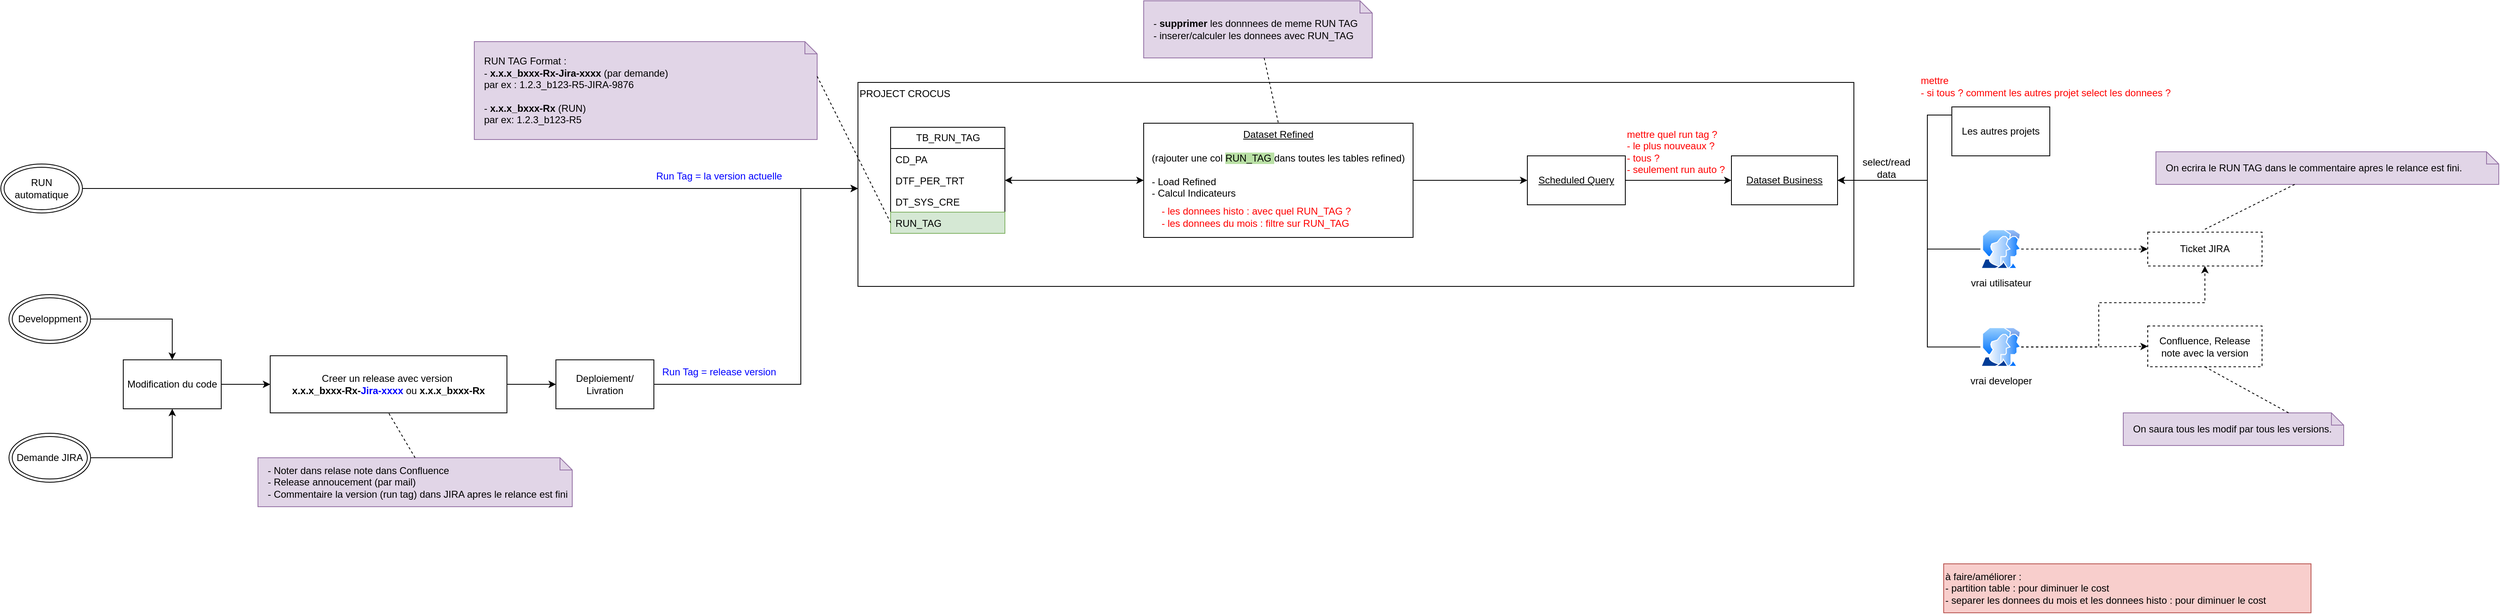
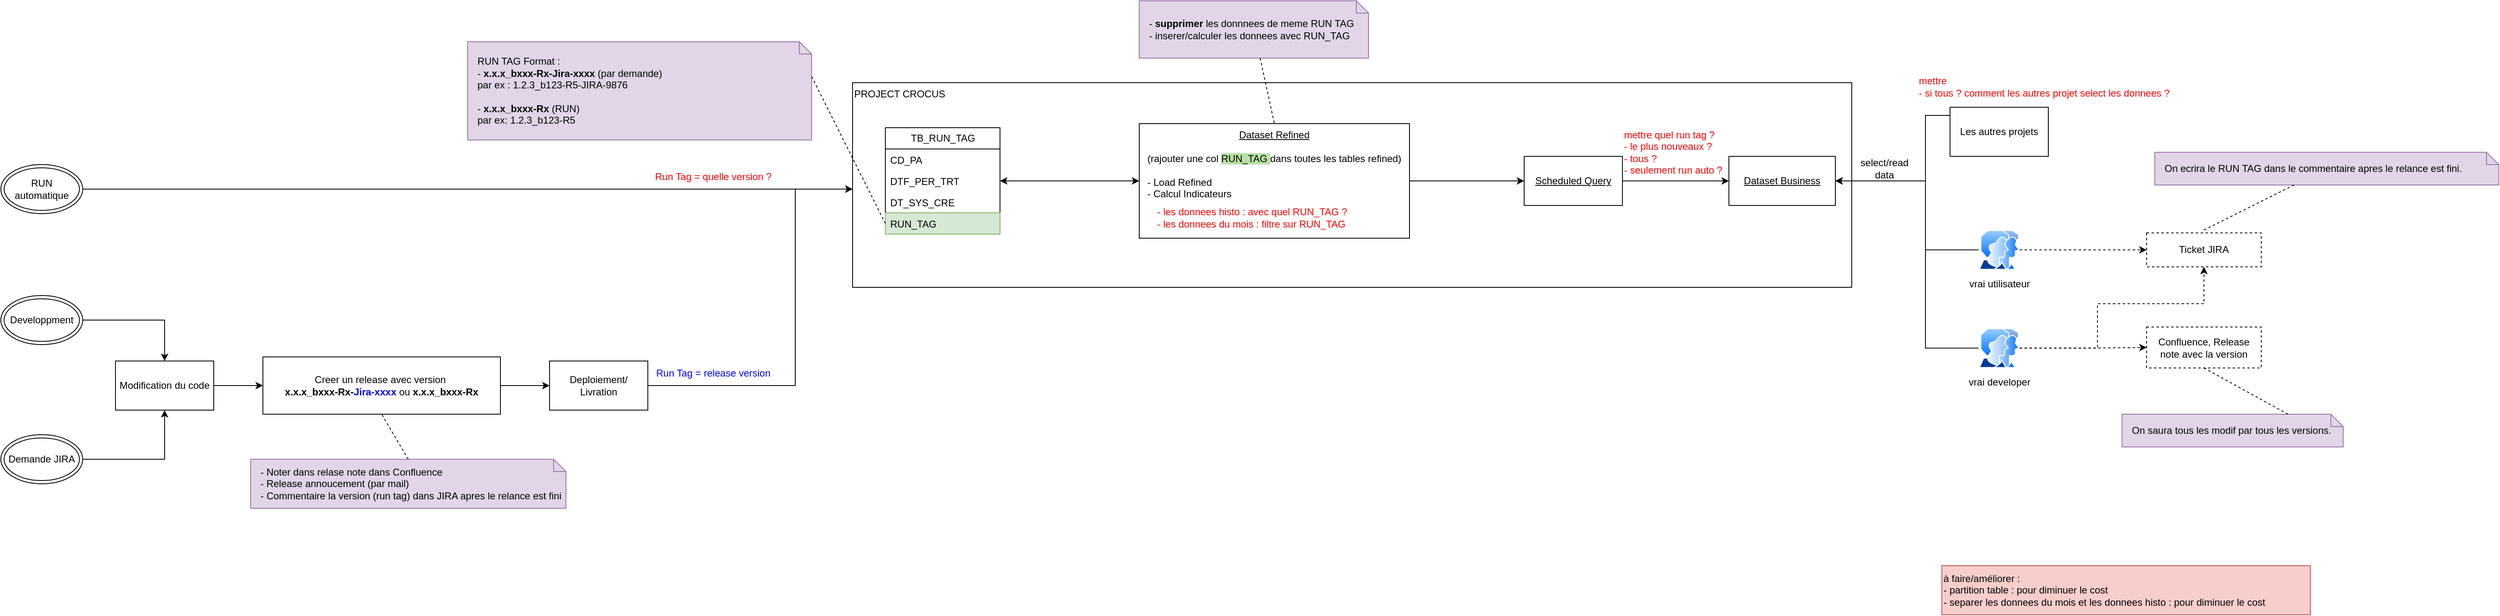
<mxfile host="app.diagrams.net">
  <diagram name="Page-1" id="bEAYSmEDHXBXhFzCy1HB">
    <mxGraphModel dx="2873" dy="1106" grid="1" gridSize="10" guides="1" tooltips="1" connect="1" arrows="1" fold="1" page="1" pageScale="1" pageWidth="827" pageHeight="1169" math="0" shadow="0">
      <root>
        <mxCell id="0" />
        <mxCell id="1" parent="0" />
        <mxCell id="QUzsFoNl6aFI_2ed8XXq-13" parent="1" style="rounded=0;whiteSpace=wrap;html=1;align=left;verticalAlign=top;" value="PROJECT CROCUS" vertex="1">
          <mxGeometry height="250" width="1220" x="380" y="140" as="geometry" />
        </mxCell>
        <mxCell id="QUzsFoNl6aFI_2ed8XXq-1" parent="1" style="swimlane;fontStyle=0;childLayout=stackLayout;horizontal=1;startSize=26;fillColor=none;horizontalStack=0;resizeParent=1;resizeParentMax=0;resizeLast=0;collapsible=1;marginBottom=0;html=1;" value="TB_RUN_TAG" vertex="1">
          <mxGeometry height="130" width="140" x="420" y="195" as="geometry" />
        </mxCell>
        <mxCell id="QUzsFoNl6aFI_2ed8XXq-2" parent="QUzsFoNl6aFI_2ed8XXq-1" style="text;strokeColor=none;fillColor=none;align=left;verticalAlign=top;spacingLeft=4;spacingRight=4;overflow=hidden;rotatable=0;points=[[0,0.5],[1,0.5]];portConstraint=eastwest;whiteSpace=wrap;html=1;" value="CD_PA" vertex="1">
          <mxGeometry height="26" width="140" y="26" as="geometry" />
        </mxCell>
        <mxCell id="QUzsFoNl6aFI_2ed8XXq-3" parent="QUzsFoNl6aFI_2ed8XXq-1" style="text;strokeColor=none;fillColor=none;align=left;verticalAlign=top;spacingLeft=4;spacingRight=4;overflow=hidden;rotatable=0;points=[[0,0.5],[1,0.5]];portConstraint=eastwest;whiteSpace=wrap;html=1;" value="DTF_PER_TRT" vertex="1">
          <mxGeometry height="26" width="140" y="52" as="geometry" />
        </mxCell>
        <mxCell id="QUzsFoNl6aFI_2ed8XXq-4" parent="QUzsFoNl6aFI_2ed8XXq-1" style="text;strokeColor=none;fillColor=none;align=left;verticalAlign=top;spacingLeft=4;spacingRight=4;overflow=hidden;rotatable=0;points=[[0,0.5],[1,0.5]];portConstraint=eastwest;whiteSpace=wrap;html=1;" value="DT_SYS_CRE" vertex="1">
          <mxGeometry height="26" width="140" y="78" as="geometry" />
        </mxCell>
        <mxCell id="QUzsFoNl6aFI_2ed8XXq-5" parent="QUzsFoNl6aFI_2ed8XXq-1" style="text;strokeColor=#82b366;fillColor=#d5e8d4;align=left;verticalAlign=top;spacingLeft=4;spacingRight=4;overflow=hidden;rotatable=0;points=[[0,0.5],[1,0.5]];portConstraint=eastwest;whiteSpace=wrap;html=1;" value="RUN_TAG" vertex="1">
          <mxGeometry height="26" width="140" y="104" as="geometry" />
        </mxCell>
        <mxCell id="QUzsFoNl6aFI_2ed8XXq-7" parent="1" style="shape=note;size=15;align=left;spacingLeft=10;html=1;whiteSpace=wrap;fillColor=#e1d5e7;strokeColor=#9673a6;" value="RUN TAG Format :&amp;nbsp;&lt;div&gt;- &lt;b&gt;x.x.x_bxxx-Rx-Jira-xxxx&lt;/b&gt; (par demande)&amp;nbsp;&lt;/div&gt;&lt;div&gt;par ex : 1.2.3_b123-R5-JIRA-9876&lt;/div&gt;&lt;div&gt;&lt;br&gt;&lt;/div&gt;&lt;div&gt;-&lt;b&gt; x.x.x_bxxx-Rx&lt;/b&gt; (RUN)&lt;/div&gt;&lt;div&gt;&lt;span style=&quot;background-color: transparent; color: light-dark(rgb(0, 0, 0), rgb(255, 255, 255));&quot;&gt;par ex: 1.2.3_b123-R5&lt;/span&gt;&lt;/div&gt;" vertex="1">
          <mxGeometry height="120" width="420" x="-90" y="90" as="geometry" />
        </mxCell>
        <mxCell id="QUzsFoNl6aFI_2ed8XXq-8" edge="1" parent="1" source="QUzsFoNl6aFI_2ed8XXq-7" style="edgeStyle=none;endArrow=none;exitX=0;exitY=0;dashed=1;html=1;rounded=0;entryX=0;entryY=0.5;entryDx=0;entryDy=0;exitDx=420;exitDy=42.5;exitPerimeter=0;" target="QUzsFoNl6aFI_2ed8XXq-5" value="">
          <mxGeometry relative="1" x="1" as="geometry">
            <mxPoint x="590" y="660" as="targetPoint" />
          </mxGeometry>
        </mxCell>
        <mxCell id="QUzsFoNl6aFI_2ed8XXq-10" parent="1" style="rounded=0;whiteSpace=wrap;html=1;dashed=1;" value="Confluence, Release note avec la v&lt;span style=&quot;background-color: transparent; color: light-dark(rgb(0, 0, 0), rgb(255, 255, 255));&quot;&gt;ersion&lt;/span&gt;" vertex="1">
          <mxGeometry height="50" width="140" x="1960" y="438.5" as="geometry" />
        </mxCell>
        <mxCell id="QUzsFoNl6aFI_2ed8XXq-11" parent="1" style="rounded=0;whiteSpace=wrap;html=1;dashed=1;" value="Ticket JIRA" vertex="1">
          <mxGeometry height="41.5" width="140" x="1960" y="323.5" as="geometry" />
        </mxCell>
        <mxCell id="QUzsFoNl6aFI_2ed8XXq-42" edge="1" parent="1" source="QUzsFoNl6aFI_2ed8XXq-12" style="edgeStyle=orthogonalEdgeStyle;rounded=0;orthogonalLoop=1;jettySize=auto;html=1;entryX=1;entryY=0.5;entryDx=0;entryDy=0;startArrow=classic;startFill=1;" target="QUzsFoNl6aFI_2ed8XXq-3">
          <mxGeometry relative="1" as="geometry" />
        </mxCell>
        <mxCell id="QUzsFoNl6aFI_2ed8XXq-50" edge="1" parent="1" source="QUzsFoNl6aFI_2ed8XXq-12" style="edgeStyle=orthogonalEdgeStyle;rounded=0;orthogonalLoop=1;jettySize=auto;html=1;" target="QUzsFoNl6aFI_2ed8XXq-46">
          <mxGeometry relative="1" as="geometry">
            <Array as="points" />
          </mxGeometry>
        </mxCell>
        <mxCell id="QUzsFoNl6aFI_2ed8XXq-12" parent="1" style="rounded=0;whiteSpace=wrap;html=1;verticalAlign=top;" value="&lt;u&gt;Dataset Refined&lt;/u&gt;&lt;div&gt;&lt;u&gt;&lt;br&gt;&lt;/u&gt;&lt;div&gt;(rajouter une col &lt;span style=&quot;background-color: rgb(185, 224, 165);&quot;&gt;RUN_TAG &lt;/span&gt;dans toutes les tables refined)&lt;/div&gt;&lt;div&gt;&lt;br&gt;&lt;/div&gt;&lt;div style=&quot;text-align: left;&quot;&gt;- Load Refined&amp;nbsp; &amp;nbsp; &amp;nbsp; &amp;nbsp;&lt;/div&gt;&lt;div style=&quot;text-align: left;&quot;&gt;- Calcul Indicateurs&lt;/div&gt;&lt;/div&gt;" vertex="1">
          <mxGeometry height="140" width="330" x="730" y="190" as="geometry" />
        </mxCell>
        <mxCell id="QUzsFoNl6aFI_2ed8XXq-27" edge="1" parent="1" source="QUzsFoNl6aFI_2ed8XXq-33" style="edgeStyle=orthogonalEdgeStyle;rounded=0;orthogonalLoop=1;jettySize=auto;html=1;entryX=0.5;entryY=0;entryDx=0;entryDy=0;" target="QUzsFoNl6aFI_2ed8XXq-23">
          <mxGeometry relative="1" as="geometry">
            <mxPoint x="-760" y="325" as="sourcePoint" />
          </mxGeometry>
        </mxCell>
        <mxCell id="QUzsFoNl6aFI_2ed8XXq-29" edge="1" parent="1" source="QUzsFoNl6aFI_2ed8XXq-34" style="edgeStyle=orthogonalEdgeStyle;rounded=0;orthogonalLoop=1;jettySize=auto;html=1;entryX=0.5;entryY=1;entryDx=0;entryDy=0;" target="QUzsFoNl6aFI_2ed8XXq-23">
          <mxGeometry relative="1" as="geometry">
            <mxPoint x="-820" y="785" as="sourcePoint" />
          </mxGeometry>
        </mxCell>
-         <mxCell id="QUzsFoNl6aFI_2ed8XXq-19" parent="1" style="text;html=1;whiteSpace=wrap;strokeColor=none;fillColor=none;align=center;verticalAlign=middle;rounded=0;fontColor=#0000FF;" value="Run Tag = la version actuelle" vertex="1">
+         <mxCell id="QUzsFoNl6aFI_2ed8XXq-19" parent="1" style="text;html=1;whiteSpace=wrap;strokeColor=none;fillColor=none;align=center;verticalAlign=middle;rounded=0;fontColor=#0000FF;" value="&lt;font style=&quot;color: rgb(255, 0, 0);&quot;&gt;Run Tag = quelle version ?&lt;/font&gt;" vertex="1">
          <mxGeometry height="30" width="200" x="110" y="240" as="geometry" />
        </mxCell>
        <mxCell id="QUzsFoNl6aFI_2ed8XXq-28" edge="1" parent="1" source="QUzsFoNl6aFI_2ed8XXq-23" style="edgeStyle=orthogonalEdgeStyle;rounded=0;orthogonalLoop=1;jettySize=auto;html=1;" target="QUzsFoNl6aFI_2ed8XXq-25">
          <mxGeometry relative="1" as="geometry" />
        </mxCell>
        <mxCell id="QUzsFoNl6aFI_2ed8XXq-23" parent="1" style="rounded=0;whiteSpace=wrap;html=1;" value="Modification du code" vertex="1">
          <mxGeometry height="60" width="120" x="-520" y="480" as="geometry" />
        </mxCell>
        <mxCell id="QUzsFoNl6aFI_2ed8XXq-31" edge="1" parent="1" source="QUzsFoNl6aFI_2ed8XXq-24" style="edgeStyle=orthogonalEdgeStyle;rounded=0;orthogonalLoop=1;jettySize=auto;html=1;" target="QUzsFoNl6aFI_2ed8XXq-13">
          <mxGeometry relative="1" as="geometry">
            <Array as="points">
              <mxPoint x="310" y="510" />
              <mxPoint x="310" y="270" />
            </Array>
          </mxGeometry>
        </mxCell>
        <mxCell id="QUzsFoNl6aFI_2ed8XXq-24" parent="1" style="rounded=0;whiteSpace=wrap;html=1;" value="Deploiement/ Livration" vertex="1">
          <mxGeometry height="60" width="120" x="10" y="480" as="geometry" />
        </mxCell>
        <mxCell id="QUzsFoNl6aFI_2ed8XXq-30" edge="1" parent="1" source="QUzsFoNl6aFI_2ed8XXq-25" style="edgeStyle=orthogonalEdgeStyle;rounded=0;orthogonalLoop=1;jettySize=auto;html=1;entryX=0;entryY=0.5;entryDx=0;entryDy=0;" target="QUzsFoNl6aFI_2ed8XXq-24">
          <mxGeometry relative="1" as="geometry" />
        </mxCell>
        <mxCell id="QUzsFoNl6aFI_2ed8XXq-25" parent="1" style="rounded=0;whiteSpace=wrap;html=1;" value="Creer un release avec version&amp;nbsp;&lt;div&gt;&lt;span style=&quot;text-align: left;&quot;&gt;&lt;b&gt;x.x.x_bxxx-Rx-&lt;font style=&quot;color: rgb(0, 0, 255);&quot;&gt;Jira-xxxx&lt;/font&gt;&lt;/b&gt; ou&amp;nbsp;&lt;/span&gt;&lt;span style=&quot;text-align: left;&quot;&gt;&lt;b&gt;x.x.x_bxxx-Rx&lt;/b&gt;&lt;/span&gt;&lt;/div&gt;" vertex="1">
          <mxGeometry height="70" width="290" x="-340" y="475" as="geometry" />
        </mxCell>
        <mxCell id="QUzsFoNl6aFI_2ed8XXq-33" parent="1" style="ellipse;shape=doubleEllipse;whiteSpace=wrap;html=1;" value="Developpment" vertex="1">
          <mxGeometry height="60" width="100" x="-660" y="400" as="geometry" />
        </mxCell>
        <mxCell id="QUzsFoNl6aFI_2ed8XXq-34" parent="1" style="ellipse;shape=doubleEllipse;whiteSpace=wrap;html=1;" value="Demande JIRA" vertex="1">
          <mxGeometry height="60" width="100" x="-660" y="570" as="geometry" />
        </mxCell>
        <mxCell id="QUzsFoNl6aFI_2ed8XXq-36" edge="1" parent="1" source="QUzsFoNl6aFI_2ed8XXq-35" style="edgeStyle=orthogonalEdgeStyle;rounded=0;orthogonalLoop=1;jettySize=auto;html=1;" target="QUzsFoNl6aFI_2ed8XXq-13">
          <mxGeometry relative="1" as="geometry">
            <Array as="points">
              <mxPoint x="40" y="270" />
              <mxPoint x="40" y="270" />
            </Array>
          </mxGeometry>
        </mxCell>
        <mxCell id="QUzsFoNl6aFI_2ed8XXq-35" parent="1" style="ellipse;shape=doubleEllipse;whiteSpace=wrap;html=1;" value="RUN automatique" vertex="1">
-           <mxGeometry height="60" width="100" x="-670" y="240" as="geometry" />
+           <mxGeometry height="60" width="100" x="-660" y="240" as="geometry" />
        </mxCell>
        <mxCell id="QUzsFoNl6aFI_2ed8XXq-37" parent="1" style="text;html=1;whiteSpace=wrap;strokeColor=none;fillColor=none;align=center;verticalAlign=middle;rounded=0;fontColor=#0000FF;" value="Run Tag = release version" vertex="1">
          <mxGeometry height="30" width="200" x="110" y="480" as="geometry" />
        </mxCell>
        <mxCell id="QUzsFoNl6aFI_2ed8XXq-38" parent="1" style="shape=note;size=15;align=left;spacingLeft=10;html=1;whiteSpace=wrap;fillColor=#e1d5e7;strokeColor=#9673a6;" value="- Noter dans relase note dans Confluence&lt;div&gt;- Release annoucement (par mail)&lt;/div&gt;&lt;div&gt;- Commentaire la version (run tag) dans JIRA apres le relance est fini&lt;/div&gt;" vertex="1">
          <mxGeometry height="60" width="385" x="-355" y="600" as="geometry" />
        </mxCell>
        <mxCell id="QUzsFoNl6aFI_2ed8XXq-39" edge="1" parent="1" source="QUzsFoNl6aFI_2ed8XXq-38" style="edgeStyle=none;endArrow=none;exitX=0.5;exitY=0;dashed=1;html=1;rounded=0;entryX=0.5;entryY=1;entryDx=0;entryDy=0;exitDx=0;exitDy=0;exitPerimeter=0;" target="QUzsFoNl6aFI_2ed8XXq-25" value="">
          <mxGeometry relative="1" x="1" as="geometry">
            <mxPoint x="710" y="660" as="sourcePoint" />
            <mxPoint x="762" y="510" as="targetPoint" />
          </mxGeometry>
        </mxCell>
        <mxCell id="QUzsFoNl6aFI_2ed8XXq-40" parent="1" style="shape=note;size=15;align=left;spacingLeft=10;html=1;whiteSpace=wrap;fillColor=#e1d5e7;strokeColor=#9673a6;" value="- &lt;b&gt;supprimer &lt;/b&gt;les donnnees de meme RUN TAG&lt;div&gt;- inserer/calculer les donnees avec RUN_TAG&lt;/div&gt;" vertex="1">
          <mxGeometry height="70" width="280" x="730" y="40" as="geometry" />
        </mxCell>
        <mxCell id="QUzsFoNl6aFI_2ed8XXq-41" edge="1" parent="1" source="QUzsFoNl6aFI_2ed8XXq-40" style="edgeStyle=none;endArrow=none;dashed=1;html=1;rounded=0;entryX=0.5;entryY=0;entryDx=0;entryDy=0;" target="QUzsFoNl6aFI_2ed8XXq-12" value="">
          <mxGeometry relative="1" x="1" as="geometry">
            <mxPoint x="720" y="650" as="sourcePoint" />
            <mxPoint x="772" y="500" as="targetPoint" />
          </mxGeometry>
        </mxCell>
        <mxCell id="QUzsFoNl6aFI_2ed8XXq-43" parent="1" style="text;html=1;whiteSpace=wrap;strokeColor=none;fillColor=none;align=left;verticalAlign=middle;rounded=0;" value="&lt;font style=&quot;color: rgb(255, 0, 0);&quot;&gt;- les donnees histo : avec quel RUN_TAG ?&lt;/font&gt;&lt;div&gt;&lt;font style=&quot;color: rgb(255, 0, 0);&quot;&gt;- les donnees du mois : f&lt;/font&gt;&lt;span style=&quot;color: light-dark(rgb(255, 0, 0), rgb(255, 144, 144)); background-color: transparent;&quot;&gt;iltre sur RUN_TAG&lt;/span&gt;&lt;/div&gt;" vertex="1">
          <mxGeometry height="30" width="290" x="750" y="290" as="geometry" />
        </mxCell>
        <mxCell id="QUzsFoNl6aFI_2ed8XXq-45" parent="1" style="rounded=0;whiteSpace=wrap;html=1;" value="&lt;u&gt;Dataset Business&lt;/u&gt;" vertex="1">
          <mxGeometry height="60" width="130" x="1450" y="230" as="geometry" />
        </mxCell>
        <mxCell id="QUzsFoNl6aFI_2ed8XXq-48" edge="1" parent="1" source="QUzsFoNl6aFI_2ed8XXq-46" style="edgeStyle=orthogonalEdgeStyle;rounded=0;orthogonalLoop=1;jettySize=auto;html=1;" target="QUzsFoNl6aFI_2ed8XXq-45">
          <mxGeometry relative="1" as="geometry" />
        </mxCell>
        <mxCell id="QUzsFoNl6aFI_2ed8XXq-46" parent="1" style="rounded=0;whiteSpace=wrap;html=1;" value="&lt;u&gt;Scheduled Query&lt;/u&gt;" vertex="1">
          <mxGeometry height="60" width="120" x="1200" y="230" as="geometry" />
        </mxCell>
        <mxCell id="QUzsFoNl6aFI_2ed8XXq-51" parent="1" style="text;html=1;whiteSpace=wrap;strokeColor=none;fillColor=none;align=left;verticalAlign=middle;rounded=0;fontColor=#FF0000;" value="mettre quel run tag ?&amp;nbsp;&lt;div&gt;- le plus nouveaux ?&lt;/div&gt;&lt;div&gt;- tous ?&lt;/div&gt;&lt;div&gt;- seulement run auto ?&lt;/div&gt;" vertex="1">
          <mxGeometry height="30" width="370" x="1320" y="210" as="geometry" />
        </mxCell>
        <mxCell id="QUzsFoNl6aFI_2ed8XXq-59" edge="1" parent="1" source="QUzsFoNl6aFI_2ed8XXq-52" style="edgeStyle=orthogonalEdgeStyle;rounded=0;orthogonalLoop=1;jettySize=auto;html=1;entryX=1;entryY=0.5;entryDx=0;entryDy=0;" target="QUzsFoNl6aFI_2ed8XXq-45">
          <mxGeometry relative="1" as="geometry">
            <Array as="points">
              <mxPoint x="1690" y="180" />
              <mxPoint x="1690" y="260" />
            </Array>
          </mxGeometry>
        </mxCell>
        <mxCell id="QUzsFoNl6aFI_2ed8XXq-52" parent="1" style="rounded=0;whiteSpace=wrap;html=1;" value="Les autres projets" vertex="1">
          <mxGeometry height="60" width="120" x="1720" y="170" as="geometry" />
        </mxCell>
        <mxCell id="QUzsFoNl6aFI_2ed8XXq-58" edge="1" parent="1" source="QUzsFoNl6aFI_2ed8XXq-57" style="edgeStyle=orthogonalEdgeStyle;rounded=0;orthogonalLoop=1;jettySize=auto;html=1;entryX=1;entryY=0.5;entryDx=0;entryDy=0;" target="QUzsFoNl6aFI_2ed8XXq-45">
          <mxGeometry relative="1" as="geometry">
            <Array as="points">
              <mxPoint x="1690" y="344" />
              <mxPoint x="1690" y="260" />
            </Array>
          </mxGeometry>
        </mxCell>
        <mxCell id="QUzsFoNl6aFI_2ed8XXq-65" edge="1" parent="1" source="QUzsFoNl6aFI_2ed8XXq-57" style="edgeStyle=orthogonalEdgeStyle;rounded=0;orthogonalLoop=1;jettySize=auto;html=1;dashed=1;" target="QUzsFoNl6aFI_2ed8XXq-11">
          <mxGeometry relative="1" as="geometry" />
        </mxCell>
        <mxCell id="QUzsFoNl6aFI_2ed8XXq-57" parent="1" style="image;aspect=fixed;perimeter=ellipsePerimeter;html=1;align=center;shadow=0;dashed=0;spacingTop=3;image=img/lib/active_directory/user_accounts.svg;" value="vrai utilisateur" vertex="1">
          <mxGeometry height="48.5" width="50" x="1755" y="320" as="geometry" />
        </mxCell>
        <mxCell id="QUzsFoNl6aFI_2ed8XXq-60" parent="1" style="text;html=1;whiteSpace=wrap;strokeColor=none;fillColor=none;align=center;verticalAlign=middle;rounded=0;" value="select/read data" vertex="1">
          <mxGeometry height="30" width="60" x="1610" y="230" as="geometry" />
        </mxCell>
        <mxCell id="QUzsFoNl6aFI_2ed8XXq-63" edge="1" parent="1" source="QUzsFoNl6aFI_2ed8XXq-62" style="edgeStyle=orthogonalEdgeStyle;rounded=0;orthogonalLoop=1;jettySize=auto;html=1;entryX=1;entryY=0.5;entryDx=0;entryDy=0;" target="QUzsFoNl6aFI_2ed8XXq-45">
          <mxGeometry relative="1" as="geometry">
            <Array as="points">
              <mxPoint x="1690" y="464" />
              <mxPoint x="1690" y="260" />
            </Array>
          </mxGeometry>
        </mxCell>
        <mxCell id="QUzsFoNl6aFI_2ed8XXq-66" edge="1" parent="1" source="QUzsFoNl6aFI_2ed8XXq-62" style="edgeStyle=orthogonalEdgeStyle;rounded=0;orthogonalLoop=1;jettySize=auto;html=1;dashed=1;" target="QUzsFoNl6aFI_2ed8XXq-10">
          <mxGeometry relative="1" as="geometry" />
        </mxCell>
        <mxCell id="QUzsFoNl6aFI_2ed8XXq-68" edge="1" parent="1" source="QUzsFoNl6aFI_2ed8XXq-62" style="edgeStyle=orthogonalEdgeStyle;rounded=0;orthogonalLoop=1;jettySize=auto;html=1;entryX=0.5;entryY=1;entryDx=0;entryDy=0;dashed=1;" target="QUzsFoNl6aFI_2ed8XXq-11">
          <mxGeometry relative="1" as="geometry">
            <Array as="points">
              <mxPoint x="1900" y="464" />
              <mxPoint x="1900" y="410" />
              <mxPoint x="2030" y="410" />
            </Array>
          </mxGeometry>
        </mxCell>
        <mxCell id="QUzsFoNl6aFI_2ed8XXq-62" parent="1" style="image;aspect=fixed;perimeter=ellipsePerimeter;html=1;align=center;shadow=0;dashed=0;spacingTop=3;image=img/lib/active_directory/user_accounts.svg;" value="vrai developer" vertex="1">
          <mxGeometry height="48.5" width="50" x="1755" y="440" as="geometry" />
        </mxCell>
        <mxCell id="QUzsFoNl6aFI_2ed8XXq-69" parent="1" style="shape=note;size=15;align=left;spacingLeft=10;html=1;whiteSpace=wrap;fillColor=#e1d5e7;strokeColor=#9673a6;" value="On ecrira le RUN TAG dans le commentaire apres le relance est fini." vertex="1">
          <mxGeometry height="40" width="420" x="1970" y="225" as="geometry" />
        </mxCell>
        <mxCell id="QUzsFoNl6aFI_2ed8XXq-70" edge="1" parent="1" source="QUzsFoNl6aFI_2ed8XXq-69" style="edgeStyle=none;endArrow=none;dashed=1;html=1;rounded=0;" value="">
          <mxGeometry relative="1" x="1" as="geometry">
            <mxPoint x="970" y="210" as="sourcePoint" />
            <mxPoint x="2030" y="320" as="targetPoint" />
          </mxGeometry>
        </mxCell>
        <mxCell id="QUzsFoNl6aFI_2ed8XXq-71" parent="1" style="shape=note;size=15;align=left;spacingLeft=10;html=1;whiteSpace=wrap;fillColor=#e1d5e7;strokeColor=#9673a6;" value="On saura tous les modif par tous les versions." vertex="1">
          <mxGeometry height="40" width="270" x="1930" y="545" as="geometry" />
        </mxCell>
        <mxCell id="QUzsFoNl6aFI_2ed8XXq-72" edge="1" parent="1" source="QUzsFoNl6aFI_2ed8XXq-71" style="edgeStyle=none;endArrow=none;dashed=1;html=1;rounded=0;entryX=0.5;entryY=1;entryDx=0;entryDy=0;exitX=0;exitY=0;exitDx=202.5;exitDy=0;exitPerimeter=0;" target="QUzsFoNl6aFI_2ed8XXq-10" value="">
          <mxGeometry relative="1" x="1" as="geometry">
            <mxPoint x="2180" y="470" as="sourcePoint" />
            <mxPoint x="2070" y="525" as="targetPoint" />
          </mxGeometry>
        </mxCell>
        <mxCell id="QUzsFoNl6aFI_2ed8XXq-73" parent="1" style="text;html=1;whiteSpace=wrap;strokeColor=none;fillColor=none;align=left;verticalAlign=middle;rounded=0;fontColor=#FF0000;" value="mettre&amp;nbsp;&lt;div&gt;&lt;span style=&quot;background-color: transparent; color: light-dark(rgb(255, 0, 0), rgb(255, 144, 144));&quot;&gt;- si tous ? comment les autres projet select les donnees ?&lt;/span&gt;&lt;/div&gt;" vertex="1">
          <mxGeometry height="30" width="370" x="1680" y="130" as="geometry" />
        </mxCell>
        <mxCell id="QUzsFoNl6aFI_2ed8XXq-74" parent="1" style="rounded=0;whiteSpace=wrap;html=1;align=left;fillColor=#f8cecc;strokeColor=#b85450;" value="à faire/améliorer :&lt;div&gt;- partition table : pour diminuer le cost&lt;/div&gt;&lt;div&gt;- separer les donnees du mois et les donnees histo&amp;nbsp;&lt;span style=&quot;background-color: transparent; color: light-dark(rgb(0, 0, 0), rgb(255, 255, 255));&quot;&gt;: pour diminuer le cost&lt;/span&gt;&lt;/div&gt;" vertex="1">
          <mxGeometry height="60" width="450" x="1710" y="730" as="geometry" />
        </mxCell>
      </root>
    </mxGraphModel>
  </diagram>
</mxfile>
